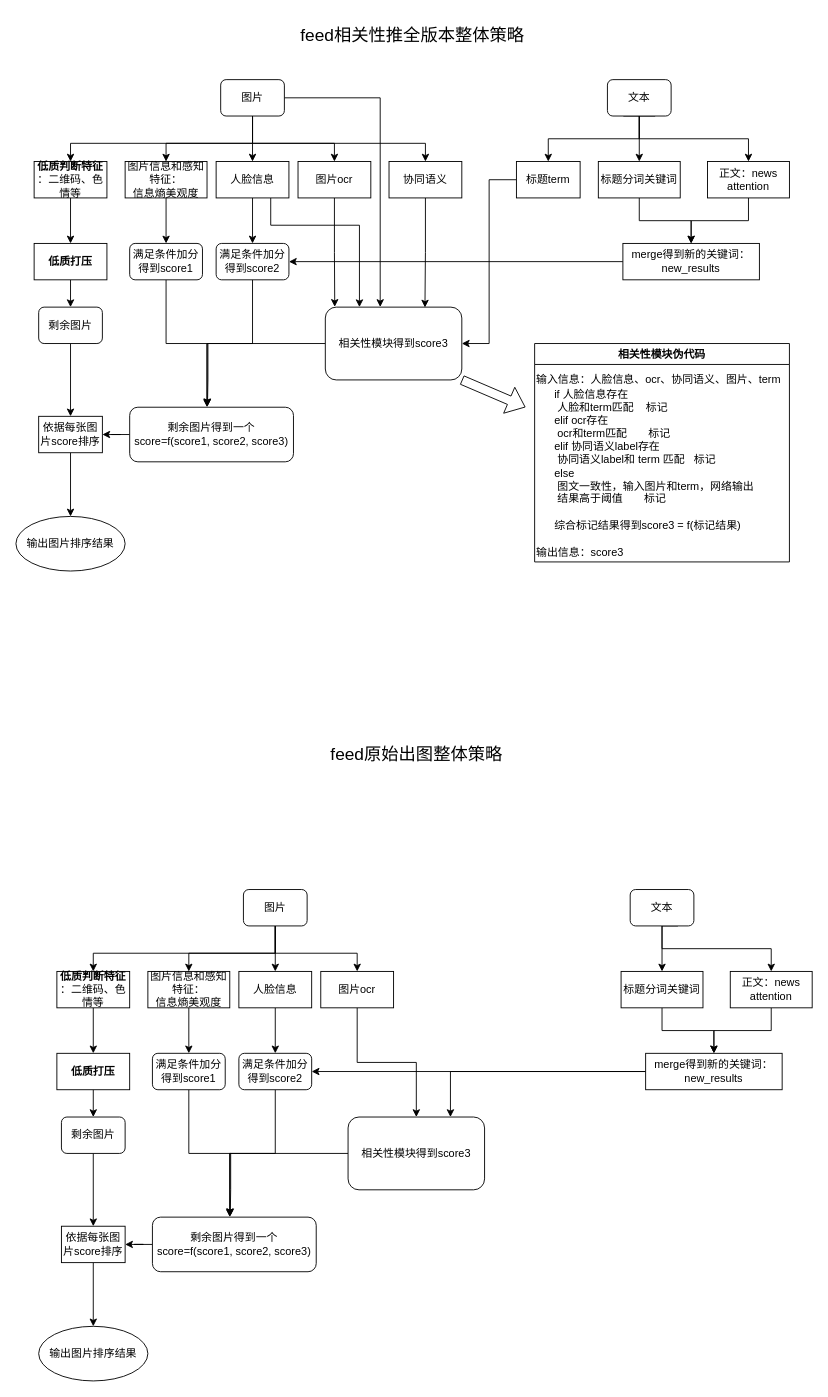
Above: feed出图.drawio in 2018liuyan/one (draw.io), before the change. Source tidied: cells renumbered, new cells numbered last; positions are measured from the earlier drawing's top-left corner, leaving out a move shared by most shapes. Both pictures are drawn from the tidied source at 91%, with x=0, y=0 at pixel (15, 15).
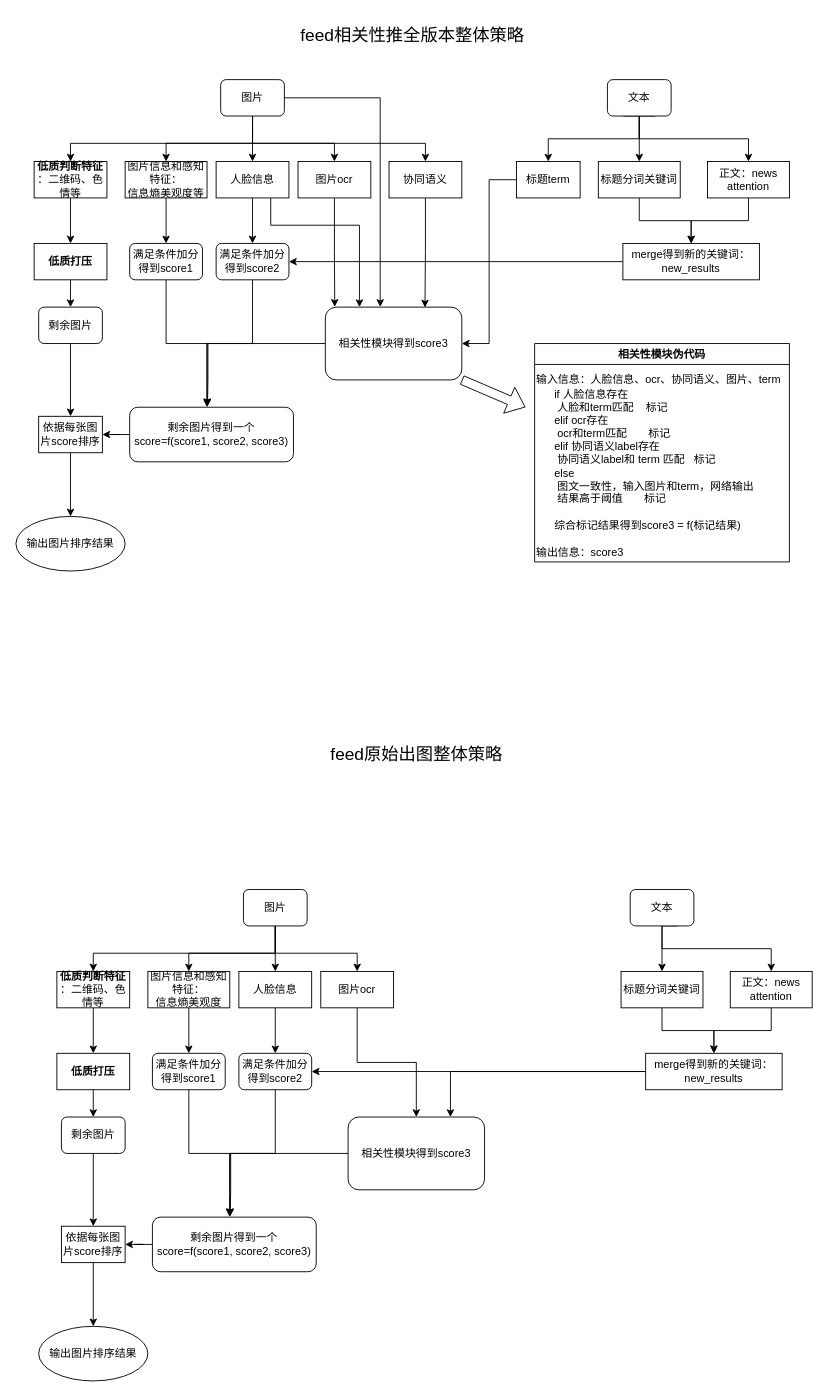
Above is the later version.

The edit, as a diff of the source:
```diff
@@
-    <mxCell id="12" value="图片信息和感知特征：&lt;br&gt;信息熵美观度" style="rounded=0;whiteSpace=wrap;html=1;" parent="1" vertex="1">
+    <mxCell id="12" value="图片信息和感知特征：&lt;br&gt;信息熵美观度等" style="rounded=0;whiteSpace=wrap;html=1;" parent="1" vertex="1">
       <mxGeometry x="120" y="160" width="90" height="40" as="geometry" />
     </mxCell>
```
